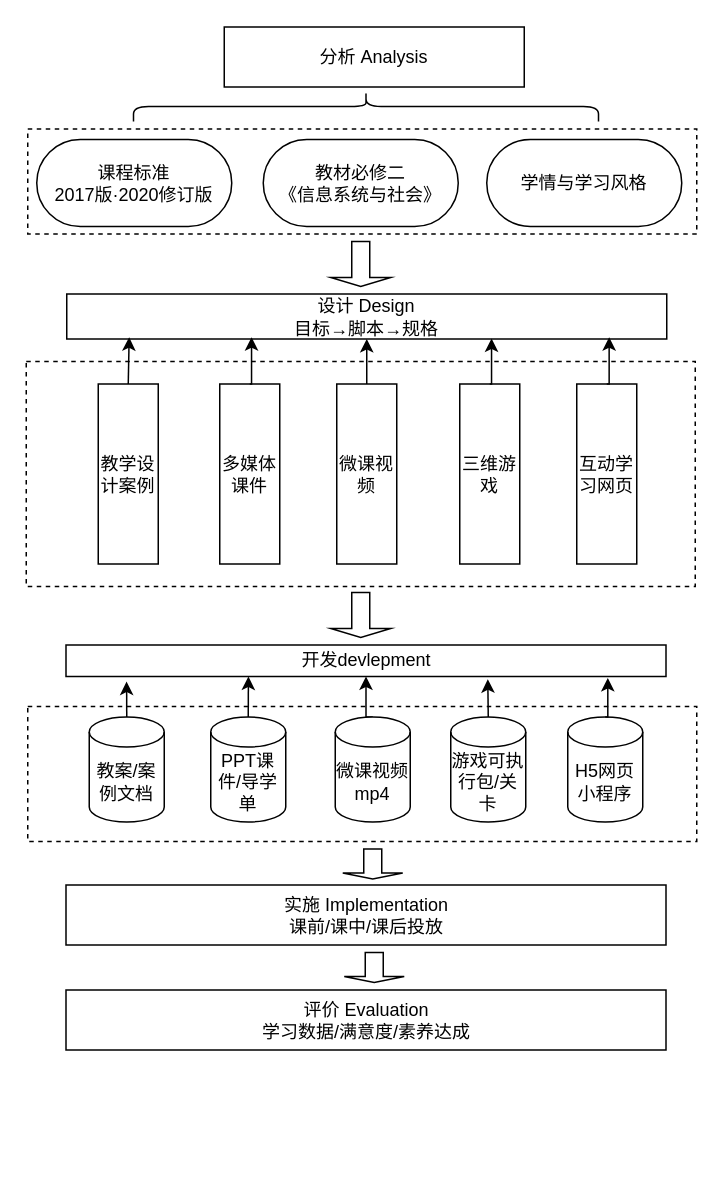
Before: 总体开发图.drawio in xewy/qimo2, a draw.io diagram. Source tidied: cells renumbered, new cells numbered last; positions are measured from the earlier drawing's top-left corner, leaving out a move shared by most shapes. Both pictures are drawn from the tidied source at 150%, with x=0, y=0 at pixel (26, 26).
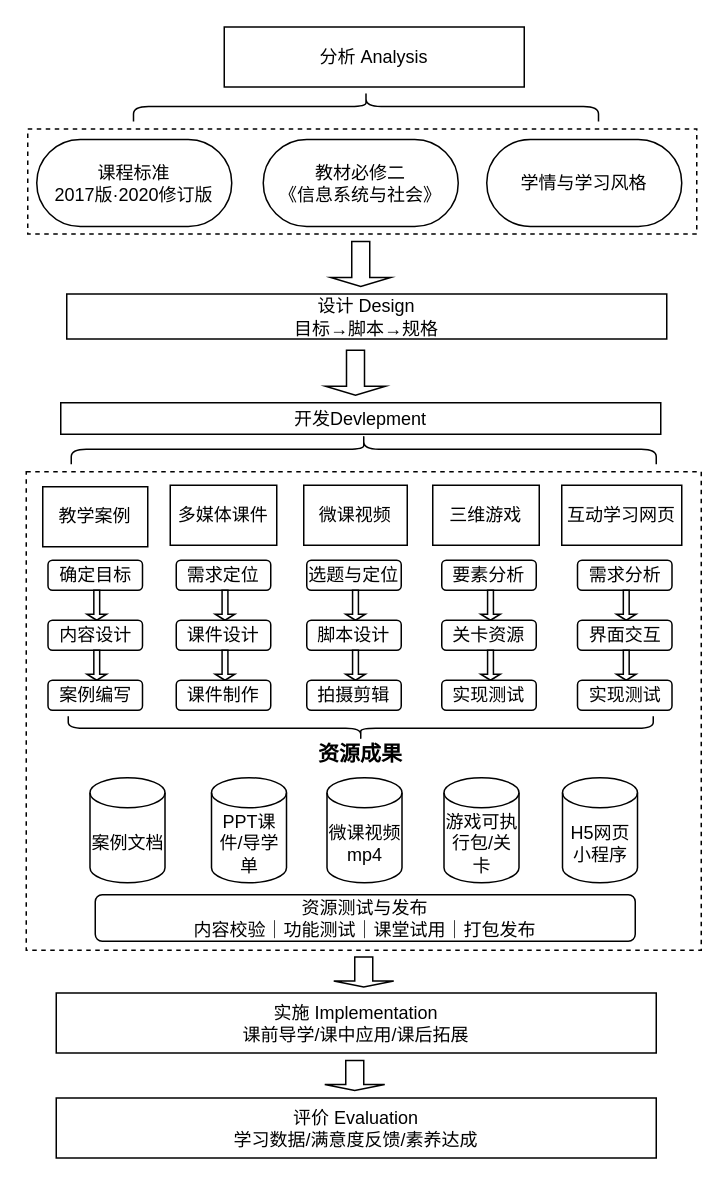
The same diagram, later.

Commit message:
更新总体开发图.drawio

Unchanged cells that the change refers to:
```xml
<mxCell id="8" value="设计 Design&#10;目标→脚本→规格" style="whiteSpace=wrap;strokeWidth=1;" parent="1" vertex="1">
  <mxGeometry x="27" y="178.5" width="400" height="30" as="geometry" />
</mxCell>
```

What changed in the source:
```diff
@@
-    <mxCell id="2" style="rounded=0;whiteSpace=wrap;html=1;fillColor=none;dashed=1;" parent="1" vertex="1">
-      <mxGeometry y="223.5" width="446" height="150" as="geometry" />
-    </mxCell>
+    <mxCell id="35" style="rounded=0;whiteSpace=wrap;html=1;fillColor=none;dashed=1;" parent="1" vertex="1">
+      <mxGeometry y="297" width="450" height="319" as="geometry" />
+    </mxCell>
@@
-    <mxCell id="9" value="教学设计案例" style="whiteSpace=wrap;strokeWidth=1;" parent="1" vertex="1">
-      <mxGeometry x="48" y="238.5" width="40" height="120" as="geometry" />
+    <mxCell id="9" value="教学案例" style="whiteSpace=wrap;strokeWidth=1;" parent="1" vertex="1">
+      <mxGeometry x="11" y="307" width="70" height="40" as="geometry" />
     </mxCell>
     <mxCell id="10" value="多媒体课件" style="whiteSpace=wrap;strokeWidth=1;" parent="1" vertex="1">
-      <mxGeometry x="129" y="238.5" width="40" height="120" as="geometry" />
+      <mxGeometry x="96" y="306" width="71" height="40" as="geometry" />
     </mxCell>
-    <mxCell id="11" style="edgeStyle=orthogonalEdgeStyle;rounded=0;jettySize=auto;html=1;exitX=0.5;exitY=0;exitDx=0;exitDy=0;entryX=0.5;entryY=1;entryDx=0;entryDy=0;" parent="1" edge="1" source="12" target="8">
-      <mxGeometry relative="1" as="geometry" />
-    </mxCell>
     <mxCell id="12" value="微课视频" style="whiteSpace=wrap;strokeWidth=1;" parent="1" vertex="1">
-      <mxGeometry x="207" y="238.5" width="40" height="120" as="geometry" />
+      <mxGeometry x="185" y="306" width="69" height="40" as="geometry" />
     </mxCell>
     <mxCell id="13" value="互动学习网页" style="whiteSpace=wrap;strokeWidth=1;" parent="1" vertex="1">
-      <mxGeometry x="367" y="238.5" width="40" height="120" as="geometry" />
+      <mxGeometry x="357" y="306" width="80" height="40" as="geometry" />
     </mxCell>
     <mxCell id="14" value="三维游戏" style="whiteSpace=wrap;strokeWidth=1;" parent="1" vertex="1">
-      <mxGeometry x="289" y="238.5" width="40" height="120" as="geometry" />
+      <mxGeometry x="271" y="306" width="71" height="40" as="geometry" />
     </mxCell>
-    <mxCell id="15" value="教案/案例文档" style="shape=cylinder3;boundedLbl=1;backgroundOutline=1;size=10;strokeWidth=1;whiteSpace=wrap;" parent="1" vertex="1">
-      <mxGeometry x="42" y="460.5" width="50" height="70" as="geometry" />
+    <mxCell id="15" value="案例文档" style="shape=cylinder3;boundedLbl=1;backgroundOutline=1;size=10;strokeWidth=1;whiteSpace=wrap;" parent="1" vertex="1">
+      <mxGeometry x="42.5" y="501" width="50" height="70" as="geometry" />
     </mxCell>
     <mxCell id="16" value="PPT课件/导学单" style="shape=cylinder3;boundedLbl=1;backgroundOutline=1;size=10;strokeWidth=1;whiteSpace=wrap;" parent="1" vertex="1">
-      <mxGeometry x="123" y="460.5" width="50" height="70" as="geometry" />
+      <mxGeometry x="123.5" y="501" width="50" height="70" as="geometry" />
     </mxCell>
-    <mxCell id="17" style="edgeStyle=orthogonalEdgeStyle;rounded=0;jettySize=auto;html=1;exitX=0.5;exitY=0;exitDx=0;exitDy=0;exitPerimeter=0;entryX=0.5;entryY=1;entryDx=0;entryDy=0;" parent="1" edge="1" source="18" target="29">
-      <mxGeometry relative="1" as="geometry" />
-    </mxCell>
     <mxCell id="18" value="微课视频 mp4" style="shape=cylinder3;boundedLbl=1;backgroundOutline=1;size=10;strokeWidth=1;whiteSpace=wrap;" parent="1" vertex="1">
-      <mxGeometry x="206" y="460.5" width="50" height="70" as="geometry" />
+      <mxGeometry x="200.5" y="501" width="50" height="70" as="geometry" />
     </mxCell>
     <mxCell id="19" value="游戏可执行包/关卡" style="shape=cylinder3;boundedLbl=1;backgroundOutline=1;size=10;strokeWidth=1;whiteSpace=wrap;" parent="1" vertex="1">
-      <mxGeometry x="283" y="460.5" width="50" height="70" as="geometry" />
+      <mxGeometry x="278.5" y="501" width="50" height="70" as="geometry" />
     </mxCell>
     <mxCell id="20" value="H5网页小程序" style="shape=cylinder3;boundedLbl=1;backgroundOutline=1;size=10;strokeWidth=1;whiteSpace=wrap;" parent="1" vertex="1">
-      <mxGeometry x="361" y="460.5" width="50" height="70" as="geometry" />
+      <mxGeometry x="357.5" y="501" width="50" height="70" as="geometry" />
     </mxCell>
@@
-    <mxCell id="23" style="edgeStyle=orthogonalEdgeStyle;rounded=0;jettySize=auto;html=1;exitX=0.5;exitY=0;exitDx=0;exitDy=0;entryX=0.104;entryY=0.96;entryDx=0;entryDy=0;entryPerimeter=0;" parent="1" edge="1" source="9" target="8">
-      <mxGeometry relative="1" as="geometry" />
-    </mxCell>
-    <mxCell id="24" style="edgeStyle=orthogonalEdgeStyle;rounded=0;jettySize=auto;html=1;exitX=0.5;exitY=0;exitDx=0;exitDy=0;entryX=0.308;entryY=0.96;entryDx=0;entryDy=0;entryPerimeter=0;" parent="1" edge="1" source="10" target="8">
-      <mxGeometry relative="1" as="geometry" />
-    </mxCell>
-    <mxCell id="25" style="edgeStyle=orthogonalEdgeStyle;rounded=0;jettySize=auto;html=1;exitX=0.5;exitY=0;exitDx=0;exitDy=0;entryX=0.708;entryY=0.987;entryDx=0;entryDy=0;entryPerimeter=0;" parent="1" edge="1" source="14" target="8">
-      <mxGeometry relative="1" as="geometry" />
-    </mxCell>
-    <mxCell id="26" style="edgeStyle=orthogonalEdgeStyle;rounded=0;jettySize=auto;html=1;exitX=0.5;exitY=0;exitDx=0;exitDy=0;entryX=0.904;entryY=0.96;entryDx=0;entryDy=0;entryPerimeter=0;" parent="1" edge="1" source="13" target="8">
-      <mxGeometry relative="1" as="geometry" />
-    </mxCell>
-    <mxCell id="27" value="实施 Implementation&#10;课前/课中/课后投放" style="whiteSpace=wrap;strokeWidth=1;" parent="1" vertex="1">
-      <mxGeometry x="26.5" y="572.5" width="400" height="40" as="geometry" />
+    <mxCell id="27" value="实施 Implementation&#10;课前导学/课中应用/课后拓展" style="whiteSpace=wrap;strokeWidth=1;" parent="1" vertex="1">
+      <mxGeometry x="20" y="644.5" width="400" height="40" as="geometry" />
     </mxCell>
-    <mxCell id="28" value="评价 Evaluation&#10;学习数据/满意度/素养达成" style="whiteSpace=wrap;strokeWidth=1;" parent="1" vertex="1">
-      <mxGeometry x="26.5" y="642.5" width="400" height="40" as="geometry" />
+    <mxCell id="28" value="评价 Evaluation&#10;学习数据/满意度反馈/素养达成" style="whiteSpace=wrap;strokeWidth=1;" parent="1" vertex="1">
+      <mxGeometry x="20" y="714.5" width="400" height="40" as="geometry" />
     </mxCell>
-    <mxCell id="29" value="开发devlepment" style="whiteSpace=wrap;strokeWidth=1;" parent="1" vertex="1">
-      <mxGeometry x="26.5" y="412.5" width="400" height="21" as="geometry" />
+    <mxCell id="29" value="开发Devlepment" style="whiteSpace=wrap;strokeWidth=1;" parent="1" vertex="1">
+      <mxGeometry x="23" y="251" width="400" height="21" as="geometry" />
     </mxCell>
     <mxCell id="30" style="shape=singleArrow;direction=south;whiteSpace=wrap;html=1;" parent="1" vertex="1">
-      <mxGeometry x="203" y="377.5" width="40" height="30" as="geometry" />
+      <mxGeometry x="199.5" y="216" width="40" height="30" as="geometry" />
     </mxCell>
-    <mxCell id="31" style="edgeStyle=orthogonalEdgeStyle;rounded=0;jettySize=auto;html=1;exitX=0.5;exitY=0;exitDx=0;exitDy=0;exitPerimeter=0;entryX=0.101;entryY=1.162;entryDx=0;entryDy=0;entryPerimeter=0;" parent="1" edge="1" source="15" target="29">
-      <mxGeometry relative="1" as="geometry" />
-    </mxCell>
-    <mxCell id="32" style="edgeStyle=orthogonalEdgeStyle;rounded=0;jettySize=auto;html=1;exitX=0.5;exitY=0;exitDx=0;exitDy=0;exitPerimeter=0;entryX=0.304;entryY=1;entryDx=0;entryDy=0;entryPerimeter=0;" parent="1" edge="1" source="16" target="29">
-      <mxGeometry relative="1" as="geometry" />
-    </mxCell>
-    <mxCell id="33" style="edgeStyle=orthogonalEdgeStyle;rounded=0;jettySize=auto;html=1;exitX=0.5;exitY=0;exitDx=0;exitDy=0;exitPerimeter=0;entryX=0.703;entryY=1.086;entryDx=0;entryDy=0;entryPerimeter=0;" parent="1" edge="1" source="19" target="29">
-      <mxGeometry relative="1" as="geometry" />
-    </mxCell>
-    <mxCell id="34" style="edgeStyle=orthogonalEdgeStyle;rounded=0;jettySize=auto;html=1;exitX=0.5;exitY=0;exitDx=0;exitDy=0;exitPerimeter=0;entryX=0.903;entryY=1.048;entryDx=0;entryDy=0;entryPerimeter=0;" parent="1" edge="1" source="20" target="29">
-      <mxGeometry relative="1" as="geometry" />
-    </mxCell>
-    <mxCell id="35" style="rounded=0;whiteSpace=wrap;html=1;fillColor=none;dashed=1;" parent="1" vertex="1">
-      <mxGeometry x="1" y="453.5" width="446" height="90" as="geometry" />
-    </mxCell>
     <mxCell id="36" style="shape=singleArrow;direction=south;whiteSpace=wrap;html=1;" parent="1" vertex="1">
-      <mxGeometry x="211" y="548.5" width="40" height="20" as="geometry" />
+      <mxGeometry x="205" y="620.5" width="40" height="20" as="geometry" />
     </mxCell>
     <mxCell id="37" style="shape=singleArrow;direction=south;whiteSpace=wrap;html=1;" parent="1" vertex="1">
-      <mxGeometry x="212" y="617.5" width="40" height="20" as="geometry" />
+      <mxGeometry x="199" y="689.5" width="40" height="20" as="geometry" />
     </mxCell>
+    <mxCell id="38" value="确定目标" style="rounded=1;whiteSpace=wrap;html=1;" parent="1" vertex="1">
+      <mxGeometry x="14.5" y="356" width="63" height="20" as="geometry" />
+    </mxCell>
+    <mxCell id="39" style="shape=singleArrow;direction=south;whiteSpace=wrap;html=1;fontSize=12;" parent="1" vertex="1">
+      <mxGeometry x="40.5" y="376" width="13" height="20" as="geometry" />
+    </mxCell>
+    <mxCell id="40" style="shape=curlyBracket;whiteSpace=wrap;html=1;rounded=1;labelPosition=left;verticalLabelPosition=middle;align=right;verticalAlign=middle;direction=south;" parent="1" vertex="1">
+      <mxGeometry x="30" y="272" width="390" height="20" as="geometry" />
+    </mxCell>
+    <mxCell id="41" value="内容设计" style="rounded=1;whiteSpace=wrap;html=1;" parent="1" vertex="1">
+      <mxGeometry x="14.5" y="396" width="63" height="20" as="geometry" />
+    </mxCell>
+    <mxCell id="42" style="shape=singleArrow;direction=south;whiteSpace=wrap;html=1;fontSize=12;" parent="1" vertex="1">
+      <mxGeometry x="40.5" y="416" width="13" height="20" as="geometry" />
+    </mxCell>
+    <mxCell id="43" value="案例编写" style="rounded=1;whiteSpace=wrap;html=1;" parent="1" vertex="1">
+      <mxGeometry x="14.5" y="436" width="63" height="20" as="geometry" />
+    </mxCell>
+    <mxCell id="44" value="需求定位" style="rounded=1;whiteSpace=wrap;html=1;" parent="1" vertex="1">
+      <mxGeometry x="100" y="356" width="63" height="20" as="geometry" />
+    </mxCell>
+    <mxCell id="45" style="shape=singleArrow;direction=south;whiteSpace=wrap;html=1;fontSize=12;" parent="1" vertex="1">
+      <mxGeometry x="126" y="376" width="13" height="20" as="geometry" />
+    </mxCell>
+    <mxCell id="46" value="课件设计" style="rounded=1;whiteSpace=wrap;html=1;" parent="1" vertex="1">
+      <mxGeometry x="100" y="396" width="63" height="20" as="geometry" />
+    </mxCell>
+    <mxCell id="47" style="shape=singleArrow;direction=south;whiteSpace=wrap;html=1;fontSize=12;" parent="1" vertex="1">
+      <mxGeometry x="126" y="416" width="13" height="20" as="geometry" />
+    </mxCell>
+    <mxCell id="48" value="课件制作" style="rounded=1;whiteSpace=wrap;html=1;" parent="1" vertex="1">
+      <mxGeometry x="100" y="436" width="63" height="20" as="geometry" />
+    </mxCell>
+    <mxCell id="49" value="选题与定位" style="rounded=1;whiteSpace=wrap;html=1;" parent="1" vertex="1">
+      <mxGeometry x="187" y="356" width="63" height="20" as="geometry" />
+    </mxCell>
+    <mxCell id="50" style="shape=singleArrow;direction=south;whiteSpace=wrap;html=1;fontSize=12;" parent="1" vertex="1">
+      <mxGeometry x="213" y="376" width="13" height="20" as="geometry" />
+    </mxCell>
+    <mxCell id="51" value="脚本设计" style="rounded=1;whiteSpace=wrap;html=1;" parent="1" vertex="1">
+      <mxGeometry x="187" y="396" width="63" height="20" as="geometry" />
+    </mxCell>
+    <mxCell id="52" style="shape=singleArrow;direction=south;whiteSpace=wrap;html=1;fontSize=12;" parent="1" vertex="1">
+      <mxGeometry x="213" y="416" width="13" height="20" as="geometry" />
+    </mxCell>
+    <mxCell id="53" value="拍摄剪辑" style="rounded=1;whiteSpace=wrap;html=1;" parent="1" vertex="1">
+      <mxGeometry x="187" y="436" width="63" height="20" as="geometry" />
+    </mxCell>
+    <mxCell id="54" value="要素分析" style="rounded=1;whiteSpace=wrap;html=1;" parent="1" vertex="1">
+      <mxGeometry x="277" y="356" width="63" height="20" as="geometry" />
+    </mxCell>
+    <mxCell id="55" style="shape=singleArrow;direction=south;whiteSpace=wrap;html=1;fontSize=12;" parent="1" vertex="1">
+      <mxGeometry x="303" y="376" width="13" height="20" as="geometry" />
+    </mxCell>
+    <mxCell id="56" value="关卡资源" style="rounded=1;whiteSpace=wrap;html=1;" parent="1" vertex="1">
+      <mxGeometry x="277" y="396" width="63" height="20" as="geometry" />
+    </mxCell>
+    <mxCell id="57" style="shape=singleArrow;direction=south;whiteSpace=wrap;html=1;fontSize=12;" parent="1" vertex="1">
+      <mxGeometry x="303" y="416" width="13" height="20" as="geometry" />
+    </mxCell>
+    <mxCell id="58" value="实现测试" style="rounded=1;whiteSpace=wrap;html=1;" parent="1" vertex="1">
+      <mxGeometry x="277" y="436" width="63" height="20" as="geometry" />
+    </mxCell>
+    <mxCell id="59" value="需求分析" style="rounded=1;whiteSpace=wrap;html=1;" parent="1" vertex="1">
+      <mxGeometry x="367.5" y="356" width="63" height="20" as="geometry" />
+    </mxCell>
+    <mxCell id="60" style="shape=singleArrow;direction=south;whiteSpace=wrap;html=1;fontSize=12;" parent="1" vertex="1">
+      <mxGeometry x="393.5" y="376" width="13" height="20" as="geometry" />
+    </mxCell>
+    <mxCell id="61" value="界面交互" style="rounded=1;whiteSpace=wrap;html=1;" parent="1" vertex="1">
+      <mxGeometry x="367.5" y="396" width="63" height="20" as="geometry" />
+    </mxCell>
+    <mxCell id="62" style="shape=singleArrow;direction=south;whiteSpace=wrap;html=1;fontSize=12;" parent="1" vertex="1">
+      <mxGeometry x="393.5" y="416" width="13" height="20" as="geometry" />
+    </mxCell>
+    <mxCell id="63" value="实现测试" style="rounded=1;whiteSpace=wrap;html=1;" parent="1" vertex="1">
+      <mxGeometry x="367.5" y="436" width="63" height="20" as="geometry" />
+    </mxCell>
+    <mxCell id="64" style="shape=curlyBracket;whiteSpace=wrap;html=1;rounded=1;labelPosition=left;verticalLabelPosition=middle;align=right;verticalAlign=middle;direction=south;flipH=1;legacyAnchorPoints=0;flipV=1;" parent="1" vertex="1">
+      <mxGeometry x="28" y="460" width="390" height="16" as="geometry" />
+    </mxCell>
+    <mxCell id="65" value="资源成果" style="rounded=1;whiteSpace=wrap;html=1;strokeWidth=0;strokeColor=none;fontSize=14;fontStyle=1;" parent="1" vertex="1">
+      <mxGeometry x="188" y="476" width="70" height="18" as="geometry" />
+    </mxCell>
+    <mxCell id="66" value="&lt;div&gt;资源测试与发布&lt;/div&gt;&lt;div&gt;内容校验｜功能测试｜课堂试用｜打包发布&lt;/div&gt;" style="rounded=1;whiteSpace=wrap;html=1;" parent="1" vertex="1">
+      <mxGeometry x="46" y="579" width="360" height="31" as="geometry" />
+    </mxCell>
```
